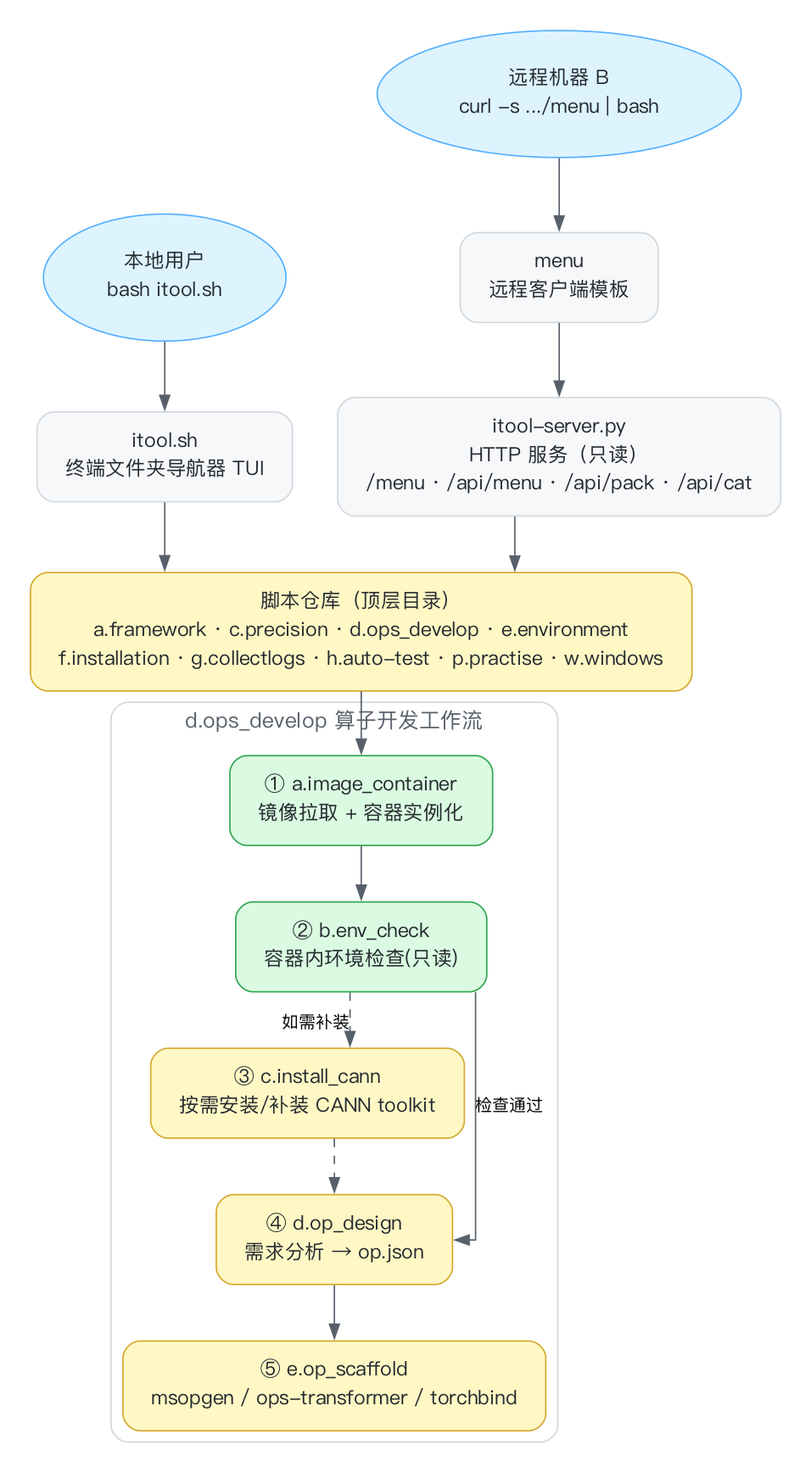
Earlier version of the Graphviz export docs/itool-flow.png (qqiushizi/itool). Its source is kept beside it as docs/itool-flow.dot.
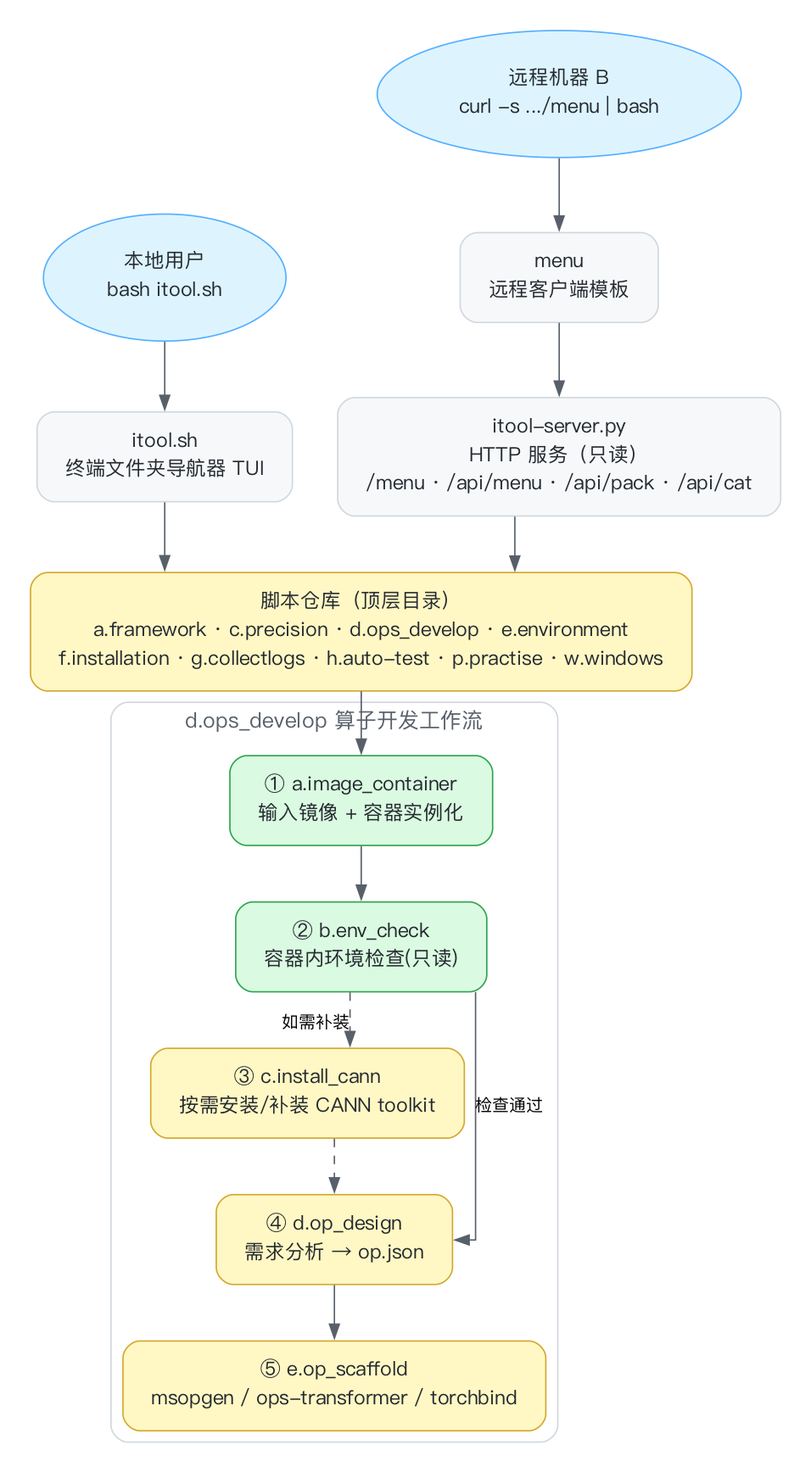
Above is the later version.

Commit message:
Simplify image container to direct image input

What changed in the source:
```diff
@@ -41,7 +41,7 @@
     fontcolor="#57606a";
     fontsize=15;
 
-    S1 [label="① a.image_container\n镜像拉取 + 容器实例化", fillcolor="#dafbe1", color="#2da44e"];
+    S1 [label="① a.image_container\n输入镜像 + 容器实例化", fillcolor="#dafbe1", color="#2da44e"];
     S2 [label="② b.env_check\n容器内环境检查(只读)", fillcolor="#dafbe1", color="#2da44e"];
     S3 [label="③ c.install_cann\n按需安装/补装 CANN toolkit", fillcolor="#fff8c5", color="#d4a72c"];
     S4 [label="④ d.op_design\n需求分析 → op.json", fillcolor="#fff8c5", color="#d4a72c"];
```
